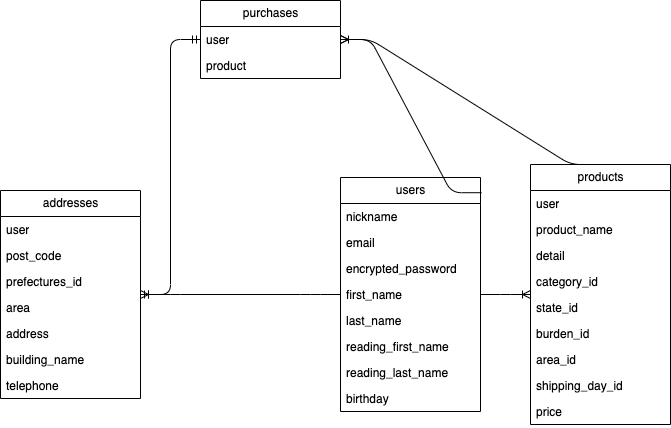
Above: FurimaER.png in someno-kaede/furima-39613 (draw.io), before the change. Source tidied: cells renumbered, new cells last; positions are measured from the earlier drawing's top-left corner, leaving out a move shared by most shapes.
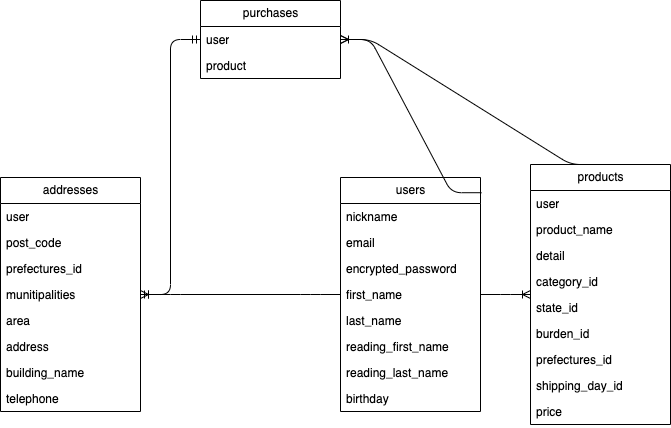
Later version of the same file.

Diff of the diagram source:
```diff
@@ -50,7 +50,7 @@
     <mxCell id="17" value="burden_id" style="text;strokeColor=none;fillColor=none;align=left;verticalAlign=top;spacingLeft=4;spacingRight=4;overflow=hidden;whiteSpace=wrap;html=1;" parent="11" vertex="1">
       <mxGeometry y="156" width="140" height="26" as="geometry" />
     </mxCell>
-    <mxCell id="18" value="area_id" style="text;strokeColor=none;fillColor=none;align=left;verticalAlign=top;spacingLeft=4;spacingRight=4;overflow=hidden;whiteSpace=wrap;html=1;" parent="11" vertex="1">
+    <mxCell id="18" value="prefectures_id" style="text;strokeColor=none;fillColor=none;align=left;verticalAlign=top;spacingLeft=4;spacingRight=4;overflow=hidden;whiteSpace=wrap;html=1;" parent="11" vertex="1">
       <mxGeometry y="182" width="140" height="26" as="geometry" />
     </mxCell>
     <mxCell id="19" value="shipping_day_id" style="text;strokeColor=none;fillColor=none;align=left;verticalAlign=top;spacingLeft=4;spacingRight=4;overflow=hidden;whiteSpace=wrap;html=1;" parent="11" vertex="1">
@@ -69,7 +69,7 @@
       <mxGeometry y="52" width="140" height="26" as="geometry" />
     </mxCell>
     <mxCell id="24" value="addresses" style="swimlane;fontStyle=0;horizontal=1;startSize=26;fillColor=none;html=1;" parent="1" vertex="1">
-      <mxGeometry y="190" width="140" height="208" as="geometry" />
+      <mxGeometry y="177" width="140" height="234" as="geometry" />
     </mxCell>
     <mxCell id="25" value="user" style="text;strokeColor=none;fillColor=none;align=left;verticalAlign=top;spacingLeft=4;spacingRight=4;overflow=hidden;whiteSpace=wrap;html=1;" parent="24" vertex="1">
       <mxGeometry y="26" width="140" height="26" as="geometry" />
@@ -80,17 +80,20 @@
     <mxCell id="27" value="prefectures_id" style="text;strokeColor=none;fillColor=none;align=left;verticalAlign=top;spacingLeft=4;spacingRight=4;overflow=hidden;whiteSpace=wrap;html=1;" parent="24" vertex="1">
       <mxGeometry y="78" width="140" height="26" as="geometry" />
     </mxCell>
+    <mxCell id="37" value="munitipalities" style="text;strokeColor=none;fillColor=none;align=left;verticalAlign=top;spacingLeft=4;spacingRight=4;overflow=hidden;whiteSpace=wrap;html=1;" parent="24" vertex="1">
+      <mxGeometry y="104" width="140" height="26" as="geometry" />
+    </mxCell>
     <mxCell id="28" value="area" style="text;strokeColor=none;fillColor=none;align=left;verticalAlign=top;spacingLeft=4;spacingRight=4;overflow=hidden;whiteSpace=wrap;html=1;" parent="24" vertex="1">
-      <mxGeometry y="104" width="140" height="26" as="geometry" />
+      <mxGeometry y="130" width="140" height="26" as="geometry" />
     </mxCell>
     <mxCell id="29" value="address" style="text;strokeColor=none;fillColor=none;align=left;verticalAlign=top;spacingLeft=4;spacingRight=4;overflow=hidden;whiteSpace=wrap;html=1;" parent="24" vertex="1">
-      <mxGeometry y="130" width="140" height="26" as="geometry" />
+      <mxGeometry y="156" width="140" height="26" as="geometry" />
     </mxCell>
     <mxCell id="30" value="building_name" style="text;strokeColor=none;fillColor=none;align=left;verticalAlign=top;spacingLeft=4;spacingRight=4;overflow=hidden;whiteSpace=wrap;html=1;" parent="24" vertex="1">
-      <mxGeometry y="156" width="140" height="26" as="geometry" />
+      <mxGeometry y="182" width="140" height="26" as="geometry" />
     </mxCell>
     <mxCell id="31" value="telephone" style="text;strokeColor=none;fillColor=none;align=left;verticalAlign=top;spacingLeft=4;spacingRight=4;overflow=hidden;whiteSpace=wrap;html=1;" parent="24" vertex="1">
-      <mxGeometry y="182" width="140" height="26" as="geometry" />
+      <mxGeometry y="208" width="140" height="26" as="geometry" />
     </mxCell>
     <mxCell id="32" style="edgeStyle=entityRelationEdgeStyle;fontSize=12;html=1;endArrow=ERoneToMany;" parent="1" edge="1" source="2" target="24">
       <mxGeometry relative="1" as="geometry" />
```
